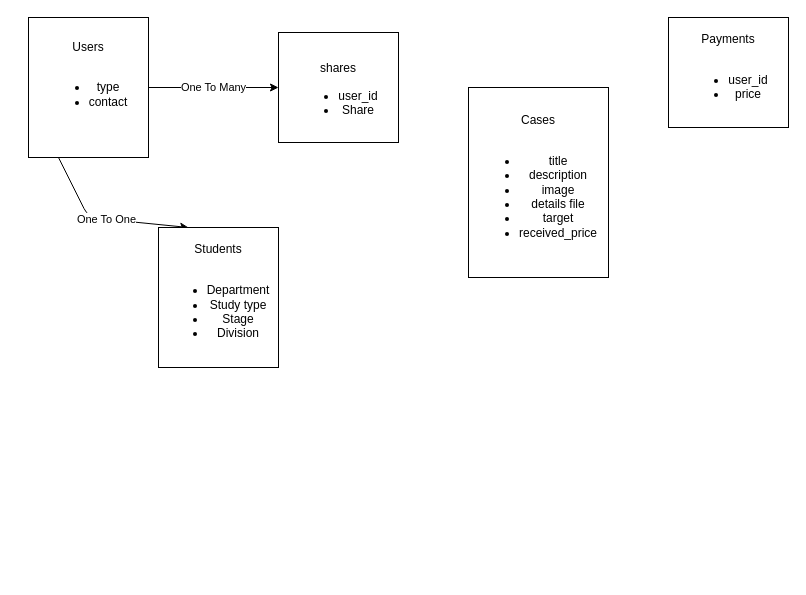
The draw.io diagram db_draw/main.drawio in Gruce/abdulkareem-for-charity, before the edit. Source tidied: cells renumbered, new cells numbered last; positions are measured from the earlier drawing's top-left corner, leaving out a move shared by most shapes. Both pictures are drawn from the tidied source at 100%, with x=0, y=0 at pixel (28, 17).
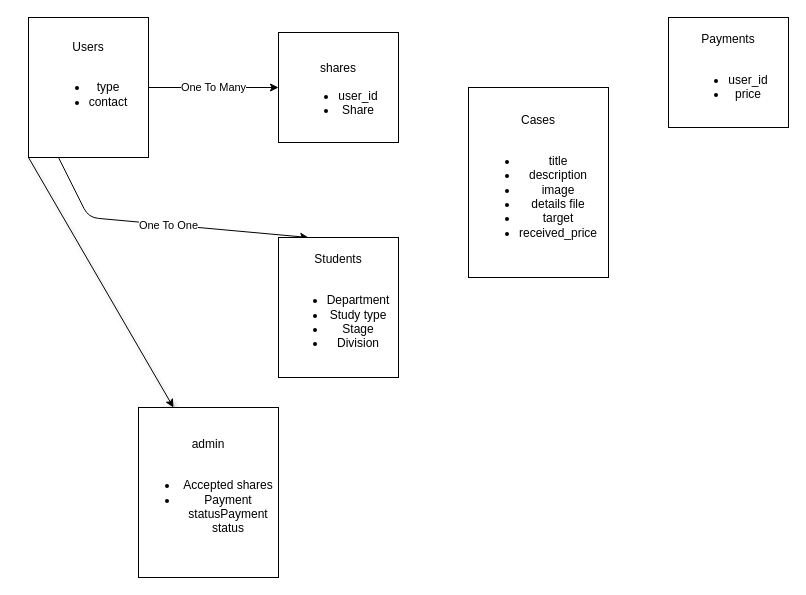
The same diagram, later.

Diff of the diagram source:
```diff
@@
 <mxGraphModel>
   <root>
     <mxCell id="0" />
     <mxCell id="1" parent="0" />
     <mxCell id="2" value="One To Many" style="edgeStyle=none;html=1;exitX=1;exitY=0.5;exitDx=0;exitDy=0;" parent="1" edge="1" source="5">
       <mxGeometry relative="1" as="geometry">
         <mxPoint x="250" y="70" as="targetPoint" />
       </mxGeometry>
     </mxCell>
     <mxCell id="3" style="edgeStyle=none;html=1;exitX=0.25;exitY=1;exitDx=0;exitDy=0;entryX=0.25;entryY=0;entryDx=0;entryDy=0;" parent="1" edge="1" source="5" target="6">
       <mxGeometry relative="1" as="geometry">
         <Array as="points">
           <mxPoint x="60" y="200" />
         </Array>
       </mxGeometry>
     </mxCell>
     <mxCell id="4" value="One To One" style="edgeLabel;html=1;align=center;verticalAlign=middle;" parent="3" vertex="1">
       <mxGeometry x="0.02" relative="1" as="geometry" />
     </mxCell>
+    <mxCell id="10" style="edgeStyle=none;html=1;exitX=0;exitY=1;exitDx=0;exitDy=0;shadow=1;entryX=0.25;entryY=0;entryDx=0;entryDy=0;" parent="1" edge="1" source="5" target="11">
+      <mxGeometry relative="1" as="geometry" />
+    </mxCell>
     <mxCell id="5" value="Users&lt;br&gt;&lt;br&gt;&lt;ul&gt;&lt;li&gt;type&lt;/li&gt;&lt;li&gt;contact&lt;/li&gt;&lt;span&gt;&amp;nbsp;&lt;/span&gt;&lt;/ul&gt;" style="whiteSpace=wrap;html=1;" parent="1" vertex="1">
       <mxGeometry width="120" height="140" as="geometry" />
     </mxCell>
     <mxCell id="6" value="Students&lt;br&gt;&lt;br&gt;&lt;ul&gt;&lt;li&gt;Department&lt;/li&gt;&lt;li&gt;Study type&lt;br&gt;&lt;/li&gt;&lt;li&gt;Stage&lt;/li&gt;&lt;li&gt;Division&lt;/li&gt;&lt;/ul&gt;" style="whiteSpace=wrap;html=1;" parent="1" vertex="1">
-      <mxGeometry x="130" y="210" width="120" height="140" as="geometry" />
+      <mxGeometry x="250" y="220" width="120" height="140" as="geometry" />
     </mxCell>
     <mxCell id="7" value="Cases&lt;br&gt;&lt;br&gt;&lt;ul&gt;&lt;li&gt;title&lt;/li&gt;&lt;li&gt;description&lt;/li&gt;&lt;li&gt;image&lt;/li&gt;&lt;li&gt;details file&lt;/li&gt;&lt;li&gt;target&lt;/li&gt;&lt;li&gt;received_price&lt;/li&gt;&lt;/ul&gt;" style="whiteSpace=wrap;html=1;" parent="1" vertex="1">
       <mxGeometry x="440" y="70" width="140" height="190" as="geometry" />
     </mxCell>
     <mxCell id="8" value="Payments&lt;br&gt;&lt;br&gt;&lt;ul&gt;&lt;li&gt;user_id&lt;/li&gt;&lt;li&gt;price&lt;/li&gt;&lt;/ul&gt;" style="whiteSpace=wrap;html=1;" parent="1" vertex="1">
       <mxGeometry x="640" width="120" height="110" as="geometry" />
     </mxCell>
     <mxCell id="9" value="&lt;font face=&quot;monospace&quot;&gt;&lt;font color=&quot;rgba(0, 0, 0, 0)&quot;&gt;&lt;span style=&quot;font-size: 0px&quot;&gt;shares%3CmxGraphModel%3E%3Croot%3E%3CmxCell%20id%3D%220%22%2F%3E%3CmxCell%20id%3D%221%22%20parent%3D%220%22%2F%3E%3CmxCell%20id%3D%222%22%20value%3D%22Payments%26lt%3Bbr%26gt%3B%26lt%3Bbr%26gt%3B%26lt%3Bul%26gt%3B%26lt%3Bli%26gt%3Buser_id%26lt%3B%2Fli%26gt%3B%26lt%3Bli%26gt%3Bprice%26lt%3B%2Fli%26gt%3B%26lt%3B%2Ful%26gt%3B%22%20style%3D%22whiteSpace%3Dwrap%3Bhtml%3D1%3B%22%20vertex%3D%221%22%20parent%3D%221%22%3E%3CmxGeometry%20x%3D%22700%22%20y%3D%2225%22%20width%3D%22120%22%20height%3D%22110%22%20as%3D%22geometry%22%2F%3E%3C%2FmxCell%3E%3C%2Froot%3E%3C%2FmxGraphModel%3E&lt;/span&gt;&lt;/font&gt;&lt;font color=&quot;#ba0000&quot;&gt;&lt;span style=&quot;font-size: 0px&quot;&gt;shares&lt;/span&gt;&lt;/font&gt;&lt;br&gt;&lt;/font&gt;&lt;font color=&quot;rgba(0, 0, 0, 0)&quot; face=&quot;monospace&quot;&gt;&lt;span style=&quot;font-size: 0px&quot;&gt;shares%3CmxGraphModel%3E%3Croot%3E%3CmxCell%20id%3D%220%22%2F%3E%3CmxCell%20id%3D%221%22%20parent%3D%220%22%2F%3E%3CmxCell%20id%3D%222%22%20value%3D%22Payments%26lt%3Bbr%26gt%3B%26lt%3Bbr%26gt%3B%26lt%3Bul%26gt%3B%26lt%3Bli%26gt%3Buser_id%26lt%3B%2Fli%26gt%3B%26lt%3Bli%26gt%3Bprice%26lt%3B%2Fli%26gt%3B%26lt%3B%2Ful%26gt%3B%22%20style%3D%22whiteSpace%3Dwrap%3Bhtml%3D1%3B%22%20vertex%3D%221%22%20parent%3D%221%22%3E%3CmxGeometry%20x%3D%22700%22%20y%3D%2225%22%20width%3D%22120%22%20height%3D%22110%22%20as%3D%22geometry%22%2F%3E%3C%2FmxCell%3E%3C%2Froot%3E%3C%2FmxGraphModel%3E&lt;/span&gt;&lt;/font&gt;&lt;font color=&quot;#ba0000&quot; face=&quot;monospace&quot;&gt;&lt;span style=&quot;font-size: 0px&quot;&gt;shares&lt;/span&gt;&lt;/font&gt;&lt;span&gt;shares&lt;/span&gt;&lt;font color=&quot;#ba0000&quot; face=&quot;monospace&quot;&gt;&lt;span style=&quot;font-size: 0px&quot;&gt;&lt;br&gt;&lt;/span&gt;&lt;/font&gt;&lt;ul&gt;&lt;li&gt;user_id&lt;/li&gt;&lt;li&gt;Share&lt;/li&gt;&lt;/ul&gt;" style="whiteSpace=wrap;html=1;" parent="1" vertex="1">
       <mxGeometry x="250" y="15" width="120" height="110" as="geometry" />
     </mxCell>
+    <mxCell id="11" value="admin&lt;br&gt;&lt;br&gt;&lt;ul&gt;&lt;li&gt;Accepted shares&lt;br&gt;&lt;/li&gt;&lt;li&gt;Payment statusPayment status&lt;br&gt;&lt;/li&gt;&lt;/ul&gt;" style="whiteSpace=wrap;html=1;" parent="1" vertex="1">
+      <mxGeometry x="110" y="390" width="140" height="170" as="geometry" />
+    </mxCell>
   </root>
 </mxGraphModel>
```
